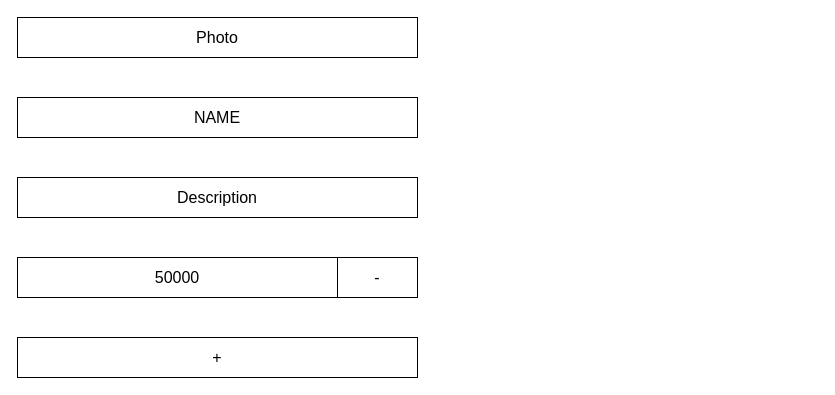
Earlier version of the draw.io diagram page "product_add_view" (3 of 3) of restaurant.drawio (KmvRoman/Diagrams). Source tidied: cells renumbered, new cells numbered last; positions are measured from the earlier drawing's top-left corner, leaving out a move shared by most shapes. Both pictures are drawn from the tidied source at 100%, with x=0, y=0 at pixel (17, 17).
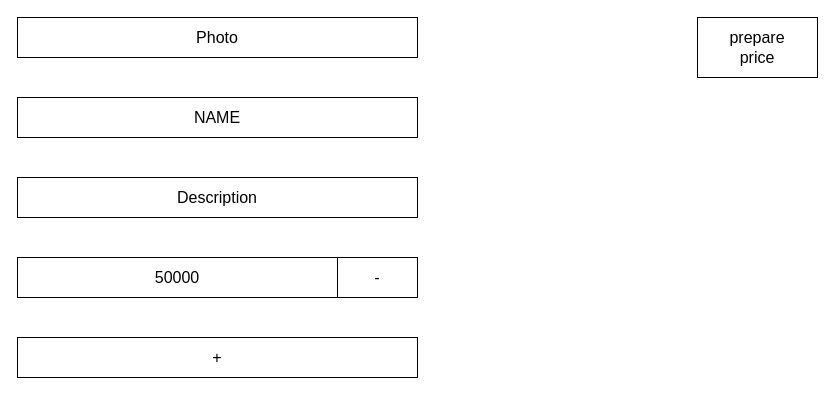
Above is the later version.

Change to the diagram source:
```diff
@@
 <mxGraphModel>
   <root>
     <mxCell id="0" />
     <mxCell id="1" parent="0" />
     <mxCell id="2" value="Photo" style="rounded=0;whiteSpace=wrap;html=1;fontSize=16;" parent="1" vertex="1">
       <mxGeometry width="400" height="40" as="geometry" />
     </mxCell>
     <mxCell id="3" value="NAME" style="rounded=0;whiteSpace=wrap;html=1;fontSize=16;" parent="1" vertex="1">
       <mxGeometry y="80" width="400" height="40" as="geometry" />
     </mxCell>
     <mxCell id="4" value="Description" style="rounded=0;whiteSpace=wrap;html=1;fontSize=16;" parent="1" vertex="1">
       <mxGeometry y="160" width="400" height="40" as="geometry" />
     </mxCell>
     <mxCell id="5" value="-" style="rounded=0;whiteSpace=wrap;html=1;fontSize=16;" parent="1" vertex="1">
       <mxGeometry x="320" y="240" width="80" height="40" as="geometry" />
     </mxCell>
     <mxCell id="6" value="+" style="rounded=0;whiteSpace=wrap;html=1;fontSize=16;" parent="1" vertex="1">
       <mxGeometry y="320" width="400" height="40" as="geometry" />
     </mxCell>
     <mxCell id="7" value="50000" style="rounded=0;whiteSpace=wrap;html=1;fontSize=16;" parent="1" vertex="1">
       <mxGeometry y="240" width="320" height="40" as="geometry" />
     </mxCell>
+    <mxCell id="8" value="prepare &lt;br&gt;price" style="rounded=0;whiteSpace=wrap;html=1;fontSize=16;" parent="1" vertex="1">
+      <mxGeometry x="680" width="120" height="60" as="geometry" />
+    </mxCell>
   </root>
 </mxGraphModel>
```
